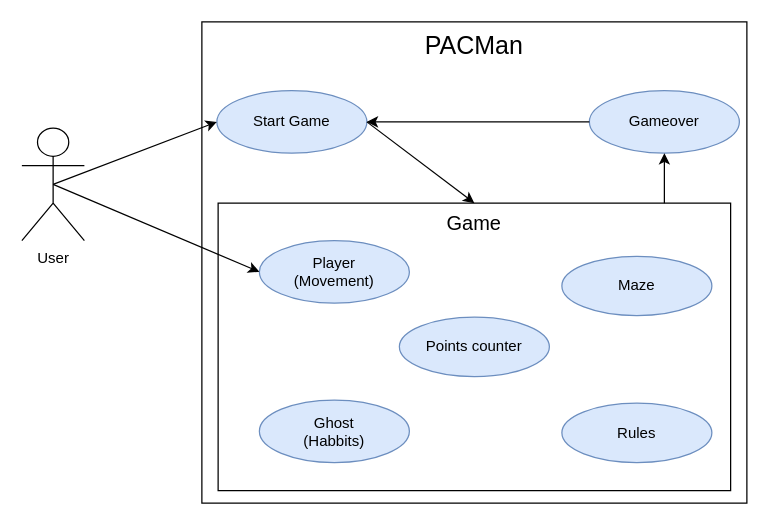
flurin-b/PMSwEng keeps this draw.io diagram as Planung/Kontextdiagramm/Kontextdiagramm.drawio. Above is the earlier version. Source tidied: cells renumbered, new cells numbered last; positions are measured from the earlier drawing's top-left corner, leaving out a move shared by most shapes. Both pictures are drawn from the tidied source at 125%, with x=0, y=0 at pixel (21, 21).
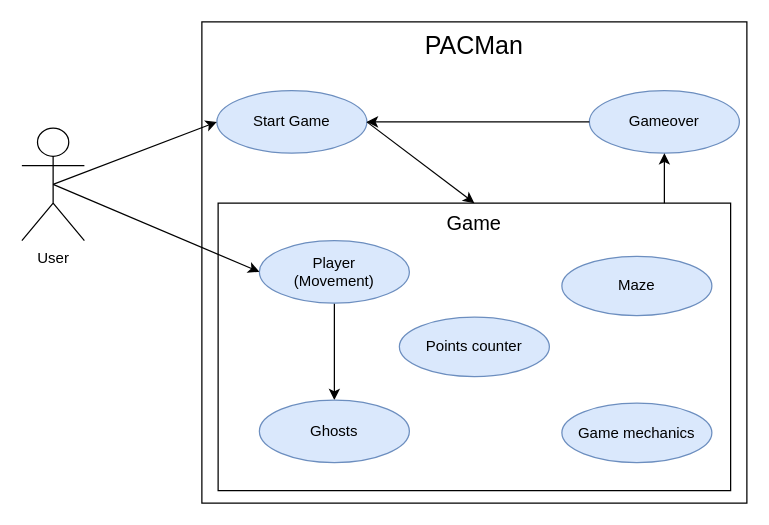
The same diagram, later.

Commit message:
Kleine Anpassungen

The edit, as a diff of the source:
```diff
@@
 <mxGraphModel>
   <root>
     <mxCell id="0" />
     <mxCell id="1" parent="0" />
     <mxCell id="2" value="PACMan" style="rounded=0;whiteSpace=wrap;html=1;horizontal=1;verticalAlign=top;fontSize=20;" parent="1" vertex="1">
       <mxGeometry x="144" width="436" height="385" as="geometry" />
     </mxCell>
     <mxCell id="3" value="Game&lt;br style=&quot;font-size: 16px;&quot;&gt;" style="rounded=0;whiteSpace=wrap;html=1;verticalAlign=top;align=center;fontSize=16;" parent="1" vertex="1">
       <mxGeometry x="157" y="145" width="410" height="230" as="geometry" />
     </mxCell>
     <mxCell id="4" value="User" style="shape=umlActor;verticalLabelPosition=bottom;verticalAlign=top;html=1;outlineConnect=0;" parent="1" vertex="1">
       <mxGeometry y="85" width="50" height="90" as="geometry" />
     </mxCell>
+    <mxCell id="17" style="edgeStyle=orthogonalEdgeStyle;rounded=0;jettySize=auto;html=1;" parent="1" edge="1" source="5" target="15">
+      <mxGeometry relative="1" as="geometry" />
+    </mxCell>
     <mxCell id="5" value="Player&lt;br&gt;(Movement)" style="ellipse;whiteSpace=wrap;html=1;fillColor=#dae8fc;strokeColor=#6c8ebf;" parent="1" vertex="1">
       <mxGeometry x="190" y="175" width="120" height="50" as="geometry" />
     </mxCell>
     <mxCell id="6" value="Start Game" style="ellipse;whiteSpace=wrap;html=1;fillColor=#dae8fc;strokeColor=#6c8ebf;" parent="1" vertex="1">
       <mxGeometry x="156" y="55" width="120" height="50" as="geometry" />
     </mxCell>
     <mxCell id="7" value="Points counter" style="ellipse;whiteSpace=wrap;html=1;fillColor=#dae8fc;strokeColor=#6c8ebf;" parent="1" vertex="1">
       <mxGeometry x="302" y="236.2" width="120" height="47.5" as="geometry" />
     </mxCell>
     <mxCell id="8" style="endArrow=classic;html=1;rounded=0;exitX=0.5;exitY=0.5;exitDx=0;exitDy=0;exitPerimeter=0;entryX=0;entryY=0.5;entryDx=0;entryDy=0;" parent="1" edge="1" source="4" target="6">
       <mxGeometry relative="1" as="geometry" />
     </mxCell>
     <mxCell id="9" style="endArrow=classic;html=1;rounded=0;entryX=0;entryY=0.5;entryDx=0;entryDy=0;exitX=0.5;exitY=0.5;exitDx=0;exitDy=0;exitPerimeter=0;" parent="1" edge="1" source="4" target="5">
       <mxGeometry relative="1" as="geometry" />
     </mxCell>
     <mxCell id="10" value="Gameover" style="ellipse;whiteSpace=wrap;html=1;fillColor=#dae8fc;strokeColor=#6c8ebf;" parent="1" vertex="1">
       <mxGeometry x="454" y="55" width="120" height="50" as="geometry" />
     </mxCell>
     <mxCell id="11" style="endArrow=classic;html=1;rounded=0;exitX=1;exitY=0.5;exitDx=0;exitDy=0;entryX=0.5;entryY=0;entryDx=0;entryDy=0;" parent="1" edge="1" source="6" target="3">
       <mxGeometry relative="1" as="geometry" />
     </mxCell>
     <mxCell id="12" style="endArrow=classic;html=1;rounded=0;entryX=0.5;entryY=1;entryDx=0;entryDy=0;" parent="1" edge="1" target="10">
       <mxGeometry relative="1" as="geometry">
         <mxPoint x="514" y="145" as="sourcePoint" />
       </mxGeometry>
     </mxCell>
     <mxCell id="13" style="endArrow=classic;html=1;rounded=0;exitX=0;exitY=0.5;exitDx=0;exitDy=0;entryX=1;entryY=0.5;entryDx=0;entryDy=0;" parent="1" edge="1" source="10" target="6">
       <mxGeometry relative="1" as="geometry" />
     </mxCell>
-    <mxCell id="14" value="Rules" style="ellipse;whiteSpace=wrap;html=1;fillColor=#dae8fc;strokeColor=#6c8ebf;" parent="1" vertex="1">
+    <mxCell id="14" value="Game mechanics" style="ellipse;whiteSpace=wrap;html=1;fillColor=#dae8fc;strokeColor=#6c8ebf;" parent="1" vertex="1">
       <mxGeometry x="432" y="305" width="120" height="47.5" as="geometry" />
     </mxCell>
-    <mxCell id="15" value="Ghost&lt;br&gt;(Habbits)" style="ellipse;whiteSpace=wrap;html=1;fillColor=#dae8fc;strokeColor=#6c8ebf;" parent="1" vertex="1">
+    <mxCell id="15" value="Ghosts" style="ellipse;whiteSpace=wrap;html=1;fillColor=#dae8fc;strokeColor=#6c8ebf;" parent="1" vertex="1">
       <mxGeometry x="190" y="302.5" width="120" height="50" as="geometry" />
     </mxCell>
     <mxCell id="16" value="Maze&lt;br&gt;" style="ellipse;whiteSpace=wrap;html=1;fillColor=#dae8fc;strokeColor=#6c8ebf;" parent="1" vertex="1">
       <mxGeometry x="432" y="187.5" width="120" height="47.5" as="geometry" />
     </mxCell>
   </root>
 </mxGraphModel>
```
